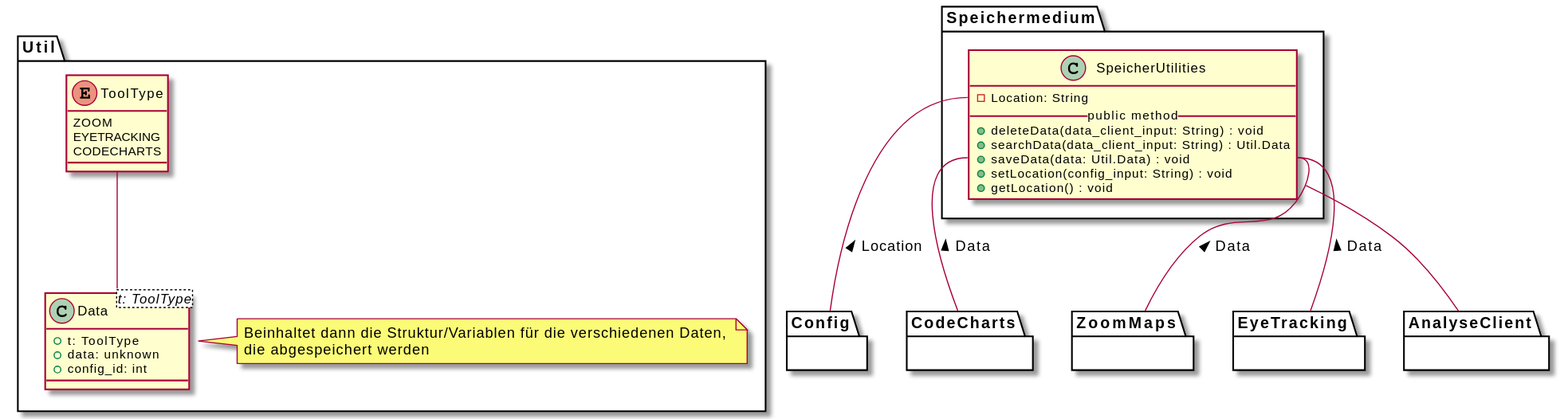
This is meilenstein_03/uml-speichermedium/speichermedium.svg from weichware10/meilensteine, a PlantUML export, as it was before one commit.
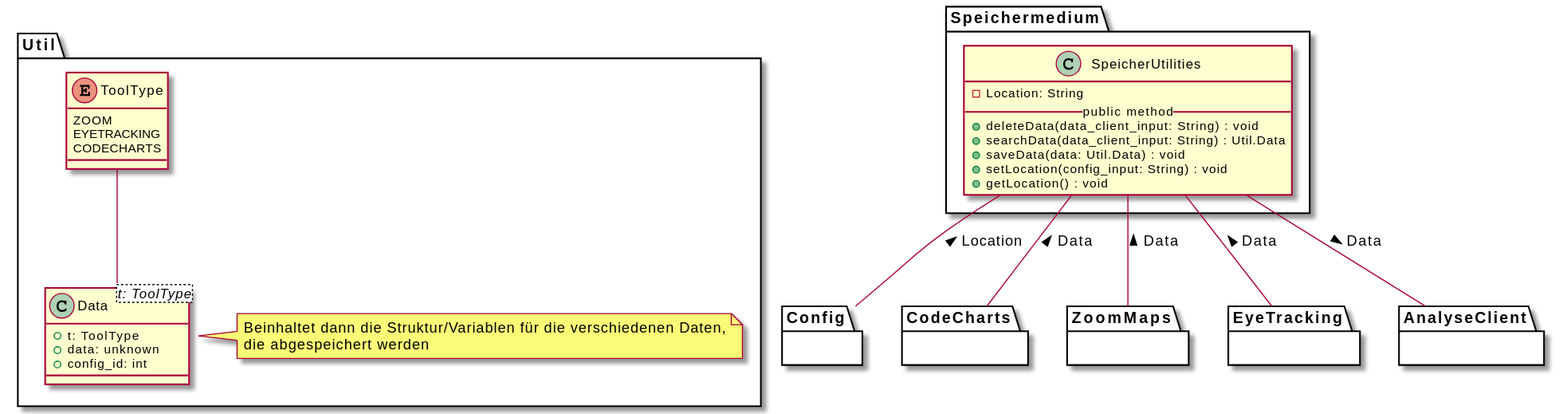
The same file after the commit.

Change to the diagram source:
```diff
@@ -1,55 +1,47 @@
 @startuml
 package Speichermedium {
-      class SpeicherUtilities {
-         - Location: String
-         __public method__
-         + deleteData(data_client_input: String) : void
-         + searchData(data_client_input: String) : Util.Data
-         + saveData(data: Util.Data) : void
-         + setLocation(config_input: String) : void
-         + getLocation() : void
-     }
+    class SpeicherUtilities {
+        - Location: String
+        __public method__
+        + deleteData(data_client_input: String) : void
+        + searchData(data_client_input: String) : Util.Data
+        + saveData(data: Util.Data) : void
+        + setLocation(config_input: String) : void
+        + getLocation() : void
+    }
 
-
-
-     SpeicherUtilities::Location -- Config : < Location
-     SpeicherUtilities::saveData -- CodeCharts : < Data
-     SpeicherUtilities::saveData -- ZoomMaps : < Data
-     SpeicherUtilities::saveData -- EyeTracking : < Data
-     SpeicherUtilities -- AnalyseClient
+    SpeicherUtilities -- Config : < Location
+    SpeicherUtilities -- CodeCharts : < Data
+    SpeicherUtilities -- ZoomMaps : < Data
+    SpeicherUtilities -- EyeTracking : < Data
+    SpeicherUtilities -- AnalyseClient : > Data
 }
 
 package Util {
 
-class Data<t: ToolType> {
-         + t: ToolType
-         + data: unknown
-         + config_id: int
-     }
+    class Data<t: ToolType> {
+        + t: ToolType
+        + data: unknown
+        + config_id: int
+    }
 
-note right of Data
-   Beinhaltet dann die Struktur/Variablen für die verschiedenen Daten,
-   die abgespeichert werden
-end note
+    note right of Data
+        Beinhaltet dann die Struktur/Variablen für die verschiedenen Daten,
+        die abgespeichert werden
+    end note
 
+    ToolType -- Data::type
 
-
-ToolType -- Data::type
-
-      enum ToolType {
-       ZOOM
-       EYETRACKING
-       CODECHARTS
-     }
+    enum ToolType {
+        ZOOM
+        EYETRACKING
+        CODECHARTS
+    }
 
 }
- package Config {}
-
- package CodeCharts {}
-
- package ZoomMaps {}
-
- package EyeTracking {}
-
- package AnalyseClient {}
+package Config {}
+package CodeCharts {}
+package ZoomMaps {}
+package EyeTracking {}
+package AnalyseClient {}
 @enduml
```
